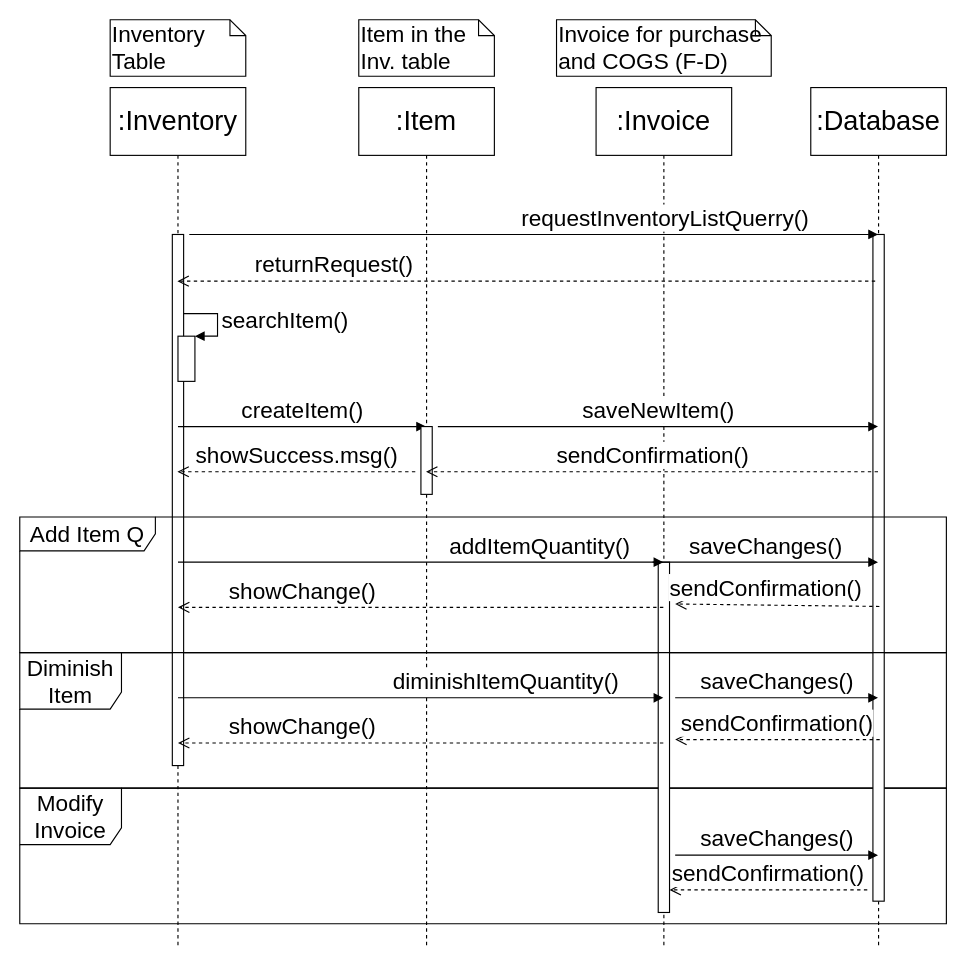
Above: Diagrams/Sequence Diagrams/SEQ_17-18-19-20_Register Add Diminish Inventory Items and Modify Invoice.drawio in kkasharaj17/SE-project (draw.io), before the change. Source tidied: cells renumbered, new cells numbered last; positions are measured from the earlier drawing's top-left corner, leaving out a move shared by most shapes. Both pictures are drawn from the tidied source at 113%, with x=0, y=0 at pixel (19, 19).
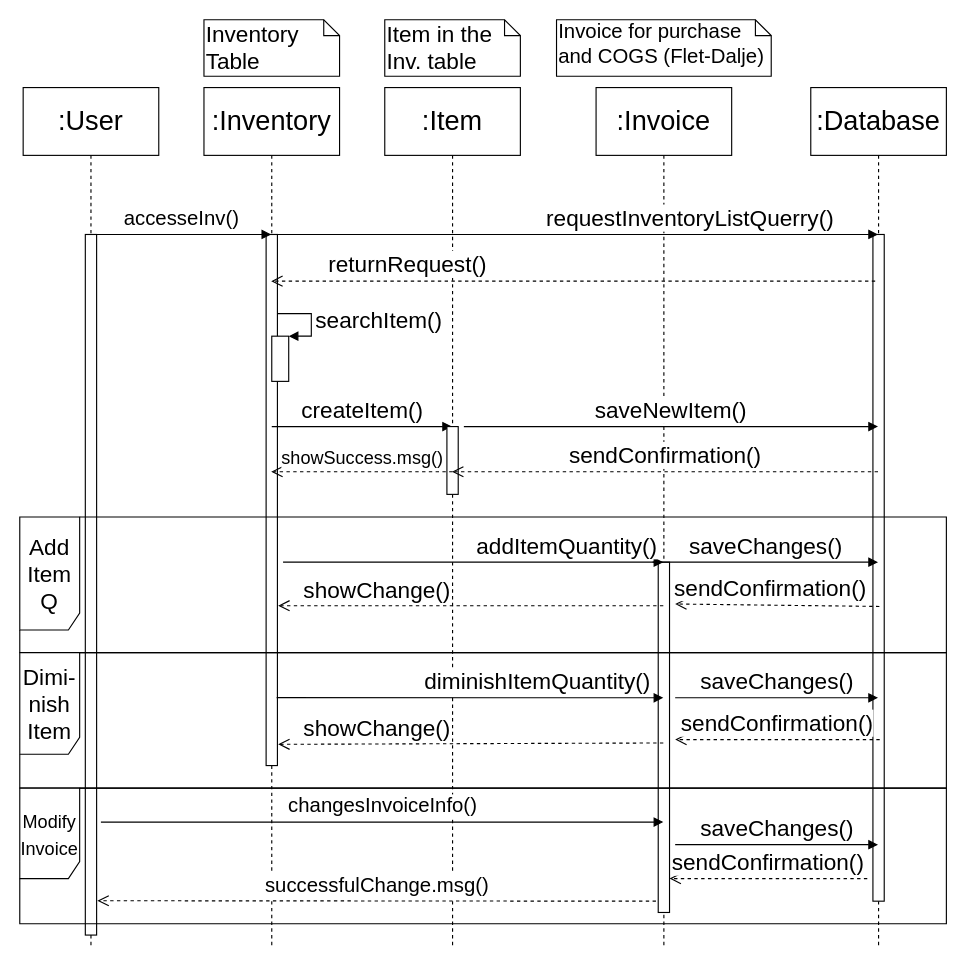
The same diagram, later.

The change refers to these unchanged cells:
```xml
<mxCell id="4" value=":Invoice" style="shape=umlLifeline;perimeter=lifelinePerimeter;whiteSpace=wrap;html=1;outlineConnect=0;size=60;fontSize=24;" parent="1" vertex="1">
  <mxGeometry x="510" y="60" width="120" height="760" as="geometry" />
</mxCell>
<mxCell id="5" style="html=1;points=[];perimeter=orthogonalPerimeter;fontSize=20;" parent="4" vertex="1">
  <mxGeometry x="55" y="420" width="10" height="310" as="geometry" />
</mxCell>
<mxCell id="6" value=":Database" style="shape=umlLifeline;perimeter=lifelinePerimeter;whiteSpace=wrap;html=1;outlineConnect=0;size=60;fontSize=24;" parent="1" vertex="1">
  <mxGeometry x="700" y="60" width="120" height="760" as="geometry" />
</mxCell>
<mxCell id="9" style="html=1;points=[];perimeter=orthogonalPerimeter;fontSize=20;" parent="8" vertex="1">
  <mxGeometry x="55" y="130" width="10" height="470" as="geometry" />
</mxCell>
```

What changed in the source:
```diff
@@
-    <mxCell id="2" value="Modify Invoice" style="shape=umlFrame;whiteSpace=wrap;html=1;fontSize=20;width=90;height=50;" parent="1" vertex="1">
-      <mxGeometry y="680" width="820" height="120" as="geometry" />
-    </mxCell>
-    <mxCell id="3" value="Diminish Item" style="shape=umlFrame;whiteSpace=wrap;html=1;fontSize=20;width=90;height=50;" parent="1" vertex="1">
-      <mxGeometry y="560" width="820" height="120" as="geometry" />
-    </mxCell>
@@
     <mxCell id="8" value=":Inventory" style="shape=umlLifeline;perimeter=lifelinePerimeter;whiteSpace=wrap;html=1;outlineConnect=0;size=60;fontSize=24;" parent="1" vertex="1">
-      <mxGeometry x="80" y="60" width="120" height="760" as="geometry" />
+      <mxGeometry x="163" y="60" width="120" height="760" as="geometry" />
     </mxCell>
@@
-    <mxCell id="13" value="showChange()" style="html=1;verticalAlign=bottom;endArrow=open;dashed=1;endSize=8;fontSize=20;" parent="8" edge="1" source="4">
-      <mxGeometry x="0.49" relative="1" as="geometry">
-        <mxPoint x="60" y="460" as="targetPoint" />
-      </mxGeometry>
-    </mxCell>
-    <mxCell id="14" value="Add Item Q" style="shape=umlFrame;whiteSpace=wrap;html=1;fontSize=20;width=120;height=30;" parent="1" vertex="1">
-      <mxGeometry y="440" width="820" height="120" as="geometry" />
-    </mxCell>
     <mxCell id="15" value=":Item" style="shape=umlLifeline;perimeter=lifelinePerimeter;whiteSpace=wrap;html=1;outlineConnect=0;size=60;fontSize=24;" parent="1" vertex="1">
-      <mxGeometry x="300" y="60" width="120" height="760" as="geometry" />
+      <mxGeometry x="323" y="60" width="120" height="760" as="geometry" />
     </mxCell>
@@
     <mxCell id="18" value="Inventory Table" style="shape=note;whiteSpace=wrap;html=1;size=14;verticalAlign=top;align=left;spacingTop=-6;fontSize=20;" parent="1" vertex="1">
-      <mxGeometry x="80" width="120" height="50" as="geometry" />
+      <mxGeometry x="163" width="120" height="50" as="geometry" />
     </mxCell>
     <mxCell id="19" value="Item in the Inv. table" style="shape=note;whiteSpace=wrap;html=1;size=14;verticalAlign=top;align=left;spacingTop=-6;fontSize=20;" parent="1" vertex="1">
-      <mxGeometry x="300" width="120" height="50" as="geometry" />
+      <mxGeometry x="323" width="120" height="50" as="geometry" />
     </mxCell>
     <mxCell id="20" value="requestInventoryListQuerry()" style="html=1;verticalAlign=bottom;endArrow=block;fontSize=20;" parent="1" edge="1" target="6">
       <mxGeometry x="0.38" relative="1" as="geometry">
-        <mxPoint x="150" y="190" as="sourcePoint" />
+        <mxPoint x="223" y="190" as="sourcePoint" />
         <Array as="points">
-          <mxPoint x="150" y="190" />
+          <mxPoint x="223" y="190" />
         </Array>
       </mxGeometry>
     </mxCell>
@@
-    <mxCell id="23" value="showSuccess.msg()" style="html=1;verticalAlign=bottom;endArrow=open;dashed=1;endSize=8;fontSize=20;" parent="1" edge="1" target="8">
+    <mxCell id="23" value="showSuccess.msg()" style="html=1;verticalAlign=bottom;endArrow=open;dashed=1;endSize=8;fontSize=16;" parent="1" edge="1" target="8">
       <mxGeometry relative="1" as="geometry">
-        <mxPoint x="350" y="400" as="sourcePoint" />
+        <mxPoint x="383" y="400" as="sourcePoint" />
       </mxGeometry>
     </mxCell>
     <mxCell id="24" value="addItemQuantity()" style="html=1;verticalAlign=bottom;endArrow=block;fontSize=20;" parent="1" edge="1" target="4">
       <mxGeometry x="0.49" relative="1" as="geometry">
-        <mxPoint x="140" y="480" as="sourcePoint" />
+        <mxPoint x="233" y="480" as="sourcePoint" />
+        <Array as="points">
+          <mxPoint x="303" y="480" />
+        </Array>
       </mxGeometry>
     </mxCell>
@@
     <mxCell id="26" value="sendConfirmation()" style="html=1;verticalAlign=bottom;endArrow=open;dashed=1;endSize=8;fontSize=20;" parent="1" edge="1">
-      <mxGeometry x="0.11" y="-1" relative="1" as="geometry">
+      <mxGeometry x="0.08" y="-1" relative="1" as="geometry">
         <mxPoint x="760.7" y="519.2" as="sourcePoint" />
         <mxPoint x="580" y="517" as="targetPoint" />
-        <mxPoint x="-1" as="offset" />
+        <mxPoint x="1" as="offset" />
       </mxGeometry>
     </mxCell>
-    <mxCell id="27" value="Invoice for purchase and COGS (F-D)" style="shape=note;whiteSpace=wrap;html=1;size=14;verticalAlign=top;align=left;spacingTop=-6;fontSize=20;" parent="1" vertex="1">
+    <mxCell id="27" value="Invoice for purchase and COGS (Flet-Dalje)" style="shape=note;whiteSpace=wrap;html=1;size=14;verticalAlign=top;align=left;spacingTop=-6;fontSize=18;" parent="1" vertex="1">
       <mxGeometry x="475" width="190" height="50" as="geometry" />
     </mxCell>
-    <mxCell id="28" value="diminishItemQuantity()" style="html=1;verticalAlign=bottom;endArrow=block;fontSize=20;" parent="1" edge="1">
+    <mxCell id="28" value="diminishItemQuantity()" style="html=1;verticalAlign=bottom;endArrow=block;fontSize=20;exitX=0.933;exitY=0.872;exitDx=0;exitDy=0;exitPerimeter=0;" parent="1" edge="1" source="9">
       <mxGeometry x="0.35" relative="1" as="geometry">
-        <mxPoint x="140" y="600" as="sourcePoint" />
         <mxPoint x="569.5" y="600" as="targetPoint" />
       </mxGeometry>
     </mxCell>
@@
-    <mxCell id="31" value="showChange()" style="html=1;verticalAlign=bottom;endArrow=open;dashed=1;endSize=8;fontSize=20;" parent="1" edge="1">
+    <mxCell id="31" value="showChange()" style="html=1;verticalAlign=bottom;endArrow=open;dashed=1;endSize=8;fontSize=20;entryX=1.067;entryY=0.96;entryDx=0;entryDy=0;entryPerimeter=0;" parent="1" edge="1" target="9">
       <mxGeometry x="0.49" relative="1" as="geometry">
         <mxPoint x="569.5" y="640" as="sourcePoint" />
-        <mxPoint x="140" y="640" as="targetPoint" />
       </mxGeometry>
     </mxCell>
     <mxCell id="32" value="saveChanges()" style="html=1;verticalAlign=bottom;endArrow=block;fontSize=20;" parent="1" edge="1">
       <mxGeometry relative="1" as="geometry">
-        <mxPoint x="580" y="739.3" as="sourcePoint" />
-        <mxPoint x="759.5" y="739.3" as="targetPoint" />
+        <mxPoint x="580" y="730" as="sourcePoint" />
+        <mxPoint x="759.5" y="730" as="targetPoint" />
       </mxGeometry>
     </mxCell>
     <mxCell id="33" value="sendConfirmation()" style="html=1;verticalAlign=bottom;endArrow=open;dashed=1;endSize=8;fontSize=20;" parent="1" edge="1" target="5">
       <mxGeometry relative="1" as="geometry">
-        <mxPoint x="750" y="770" as="sourcePoint" />
+        <mxPoint x="750" y="760" as="sourcePoint" />
+        <Array as="points">
+          <mxPoint x="643" y="760" />
+        </Array>
       </mxGeometry>
     </mxCell>
+    <mxCell id="34" value=":User" style="shape=umlLifeline;perimeter=lifelinePerimeter;whiteSpace=wrap;html=1;outlineConnect=0;size=60;fontSize=24;" parent="1" vertex="1">
+      <mxGeometry x="3" y="60" width="120" height="760" as="geometry" />
+    </mxCell>
+    <mxCell id="35" style="html=1;points=[];perimeter=orthogonalPerimeter;fontSize=20;" parent="34" vertex="1">
+      <mxGeometry x="55" y="130" width="10" height="620" as="geometry" />
+    </mxCell>
+    <mxCell id="36" value="accesseInv()" style="html=1;verticalAlign=bottom;endArrow=block;fontSize=18;" parent="1" edge="1" source="34" target="8">
+      <mxGeometry relative="1" as="geometry">
+        <Array as="points">
+          <mxPoint x="163" y="190" />
+        </Array>
+      </mxGeometry>
+    </mxCell>
+    <mxCell id="37" value="changesInvoiceInfo()" style="html=1;verticalAlign=bottom;endArrow=block;fontSize=18;" parent="1" edge="1" target="4">
+      <mxGeometry relative="1" as="geometry">
+        <mxPoint x="71.8" y="710" as="sourcePoint" />
+        <Array as="points">
+          <mxPoint x="173" y="710" />
+        </Array>
+      </mxGeometry>
+    </mxCell>
+    <mxCell id="38" value="successfulChange.msg()" style="html=1;verticalAlign=bottom;endArrow=open;dashed=1;endSize=8;fontSize=18;entryX=1.067;entryY=0.951;entryDx=0;entryDy=0;entryPerimeter=0;" parent="1" edge="1" target="35">
+      <mxGeometry relative="1" as="geometry">
+        <mxPoint x="563" y="780" as="sourcePoint" />
+      </mxGeometry>
+    </mxCell>
+    <mxCell id="13" value="showChange()" style="html=1;verticalAlign=bottom;endArrow=open;dashed=1;endSize=8;fontSize=20;entryX=1.067;entryY=0.699;entryDx=0;entryDy=0;entryPerimeter=0;" parent="1" edge="1" source="4" target="9">
+      <mxGeometry x="0.49" relative="1" as="geometry" />
+    </mxCell>
+    <mxCell id="14" value="Add Item Q" style="shape=umlFrame;whiteSpace=wrap;html=1;fontSize=20;width=53;height=100;" parent="1" vertex="1">
+      <mxGeometry y="440" width="820" height="120" as="geometry" />
+    </mxCell>
+    <mxCell id="3" value="Dimi-nish Item" style="shape=umlFrame;whiteSpace=wrap;html=1;fontSize=20;width=53;height=90;" parent="1" vertex="1">
+      <mxGeometry y="560" width="820" height="120" as="geometry" />
+    </mxCell>
+    <mxCell id="2" value="&lt;font style=&quot;font-size: 16px&quot;&gt;Modify Invoice&lt;/font&gt;" style="shape=umlFrame;whiteSpace=wrap;html=1;fontSize=20;width=53;height=80;" parent="1" vertex="1">
+      <mxGeometry y="680" width="820" height="120" as="geometry" />
+    </mxCell>
```
